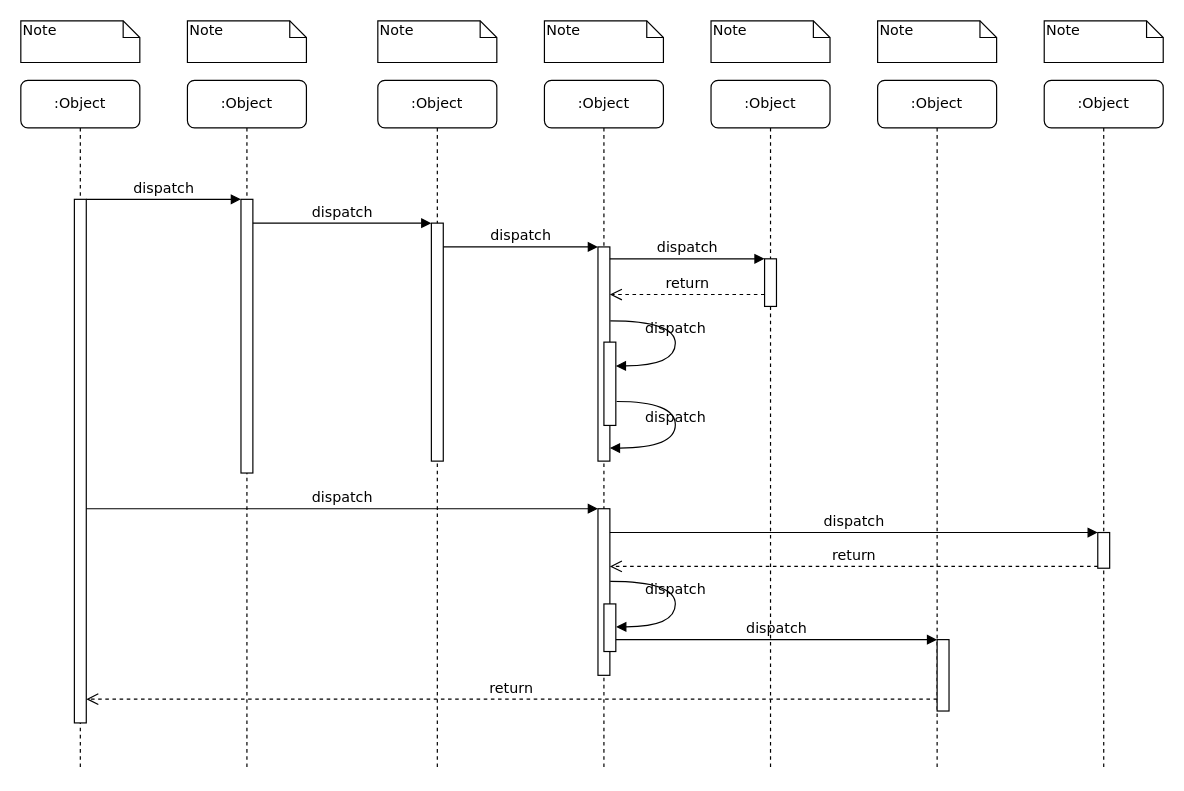
Above: UML/minju_sequence.drawio in boming09/FinalProject (draw.io), before the change. Source tidied: cells renumbered, new cells numbered last; positions are measured from the earlier drawing's top-left corner, leaving out a move shared by most shapes. Both pictures are drawn from the tidied source at 119%, with x=0, y=0 at pixel (20, 20).
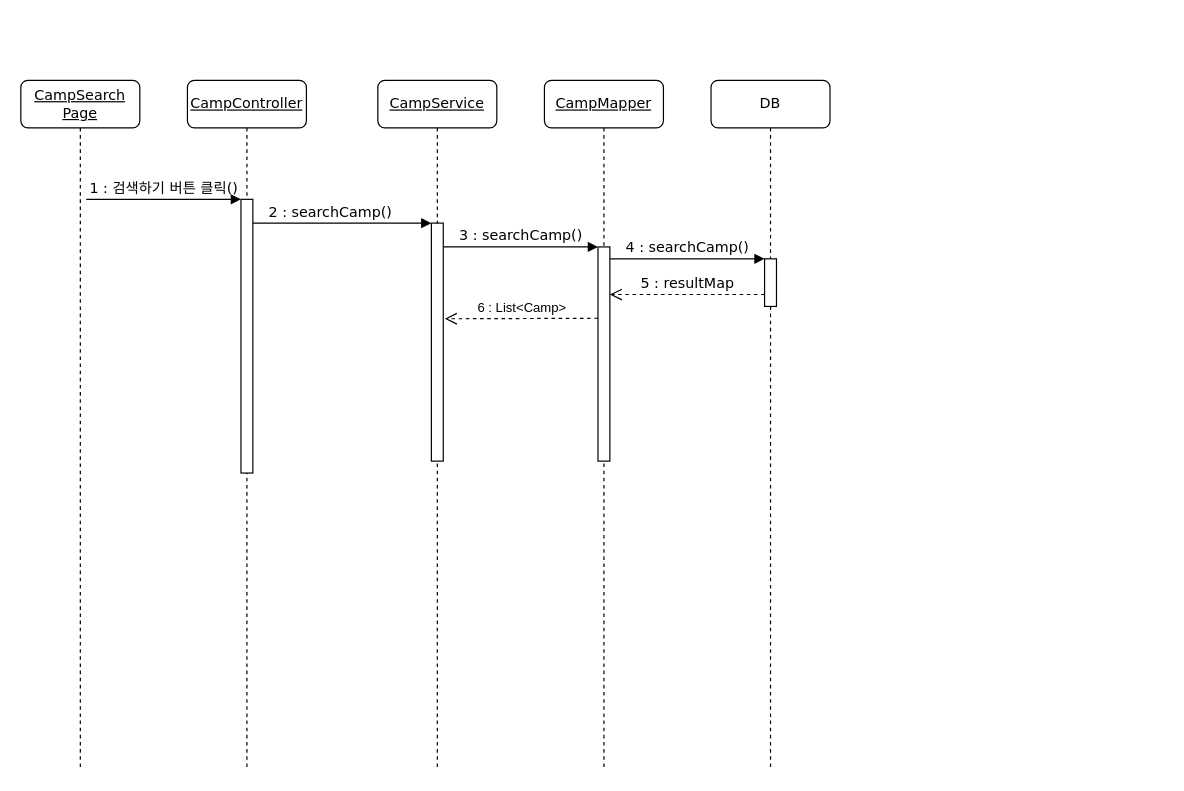
The same page after the edit.

The change refers to these unchanged cells:
```xml
<mxCell id="3" style="html=1;points=[];perimeter=orthogonalPerimeter;rounded=0;shadow=0;comic=0;labelBackgroundColor=none;strokeWidth=1;fontFamily=Verdana;fontSize=12;align=center;" parent="2" vertex="1">
  <mxGeometry x="45" y="100" width="10" height="230" as="geometry" />
</mxCell>
<mxCell id="5" style="html=1;points=[];perimeter=orthogonalPerimeter;rounded=0;shadow=0;comic=0;labelBackgroundColor=none;strokeWidth=1;fontFamily=Verdana;fontSize=12;align=center;" parent="4" vertex="1">
  <mxGeometry x="45" y="120" width="10" height="200" as="geometry" />
</mxCell>
<mxCell id="12" style="html=1;points=[];perimeter=orthogonalPerimeter;rounded=0;shadow=0;comic=0;labelBackgroundColor=none;strokeWidth=1;fontFamily=Verdana;fontSize=12;align=center;" parent="1" vertex="1">
  <mxGeometry x="485" y="190" width="10" height="180" as="geometry" />
</mxCell>
<mxCell id="14" style="html=1;points=[];perimeter=orthogonalPerimeter;rounded=0;shadow=0;comic=0;labelBackgroundColor=none;strokeWidth=1;fontFamily=Verdana;fontSize=12;align=center;" parent="1" vertex="1">
  <mxGeometry x="625" y="200" width="10" height="40" as="geometry" />
</mxCell>
```

Diff of the diagram source:
```diff
@@
-    <mxCell id="2" value=":Object" style="shape=umlLifeline;perimeter=lifelinePerimeter;whiteSpace=wrap;html=1;rounded=1;shadow=0;comic=0;labelBackgroundColor=none;strokeWidth=1;fontFamily=Verdana;fontSize=12;align=center;" parent="1" vertex="1">
+    <mxCell id="2" value="&lt;u&gt;CampController&lt;/u&gt;" style="shape=umlLifeline;perimeter=lifelinePerimeter;whiteSpace=wrap;html=1;rounded=1;shadow=0;comic=0;labelBackgroundColor=none;strokeWidth=1;fontFamily=Verdana;fontSize=12;align=center;" parent="1" vertex="1">
       <mxGeometry x="140" y="50" width="100" height="580" as="geometry" />
     </mxCell>
@@
-    <mxCell id="4" value=":Object" style="shape=umlLifeline;perimeter=lifelinePerimeter;whiteSpace=wrap;html=1;rounded=1;shadow=0;comic=0;labelBackgroundColor=none;strokeWidth=1;fontFamily=Verdana;fontSize=12;align=center;" parent="1" vertex="1">
+    <mxCell id="4" value="&lt;u&gt;CampService&lt;/u&gt;" style="shape=umlLifeline;perimeter=lifelinePerimeter;whiteSpace=wrap;html=1;rounded=1;shadow=0;comic=0;labelBackgroundColor=none;strokeWidth=1;fontFamily=Verdana;fontSize=12;align=center;" parent="1" vertex="1">
       <mxGeometry x="300" y="50" width="100" height="580" as="geometry" />
     </mxCell>
@@
-    <mxCell id="6" value=":Object" style="shape=umlLifeline;perimeter=lifelinePerimeter;whiteSpace=wrap;html=1;rounded=1;shadow=0;comic=0;labelBackgroundColor=none;strokeWidth=1;fontFamily=Verdana;fontSize=12;align=center;" parent="1" vertex="1">
+    <mxCell id="6" value="&lt;u&gt;CampMapper&lt;/u&gt;" style="shape=umlLifeline;perimeter=lifelinePerimeter;whiteSpace=wrap;html=1;rounded=1;shadow=0;comic=0;labelBackgroundColor=none;strokeWidth=1;fontFamily=Verdana;fontSize=12;align=center;" parent="1" vertex="1">
       <mxGeometry x="440" y="50" width="100" height="580" as="geometry" />
     </mxCell>
-    <mxCell id="7" value=":Object" style="shape=umlLifeline;perimeter=lifelinePerimeter;whiteSpace=wrap;html=1;rounded=1;shadow=0;comic=0;labelBackgroundColor=none;strokeWidth=1;fontFamily=Verdana;fontSize=12;align=center;" parent="1" vertex="1">
+    <mxCell id="7" value="DB" style="shape=umlLifeline;perimeter=lifelinePerimeter;whiteSpace=wrap;html=1;rounded=1;shadow=0;comic=0;labelBackgroundColor=none;strokeWidth=1;fontFamily=Verdana;fontSize=12;align=center;" parent="1" vertex="1">
       <mxGeometry x="580" y="50" width="100" height="580" as="geometry" />
     </mxCell>
-    <mxCell id="8" value=":Object" style="shape=umlLifeline;perimeter=lifelinePerimeter;whiteSpace=wrap;html=1;rounded=1;shadow=0;comic=0;labelBackgroundColor=none;strokeWidth=1;fontFamily=Verdana;fontSize=12;align=center;" parent="1" vertex="1">
-      <mxGeometry x="720" y="50" width="100" height="580" as="geometry" />
-    </mxCell>
-    <mxCell id="9" value=":Object" style="shape=umlLifeline;perimeter=lifelinePerimeter;whiteSpace=wrap;html=1;rounded=1;shadow=0;comic=0;labelBackgroundColor=none;strokeWidth=1;fontFamily=Verdana;fontSize=12;align=center;" parent="1" vertex="1">
-      <mxGeometry x="860" y="50" width="100" height="580" as="geometry" />
-    </mxCell>
-    <mxCell id="10" value=":Object" style="shape=umlLifeline;perimeter=lifelinePerimeter;whiteSpace=wrap;html=1;rounded=1;shadow=0;comic=0;labelBackgroundColor=none;strokeWidth=1;fontFamily=Verdana;fontSize=12;align=center;" parent="1" vertex="1">
+    <mxCell id="10" value="&lt;u&gt;CampSearch&lt;br&gt;Page&lt;/u&gt;" style="shape=umlLifeline;perimeter=lifelinePerimeter;whiteSpace=wrap;html=1;rounded=1;shadow=0;comic=0;labelBackgroundColor=none;strokeWidth=1;fontFamily=Verdana;fontSize=12;align=center;" parent="1" vertex="1">
       <mxGeometry y="50" width="100" height="580" as="geometry" />
     </mxCell>
-    <mxCell id="11" style="html=1;points=[];perimeter=orthogonalPerimeter;rounded=0;shadow=0;comic=0;labelBackgroundColor=none;strokeWidth=1;fontFamily=Verdana;fontSize=12;align=center;" parent="10" vertex="1">
-      <mxGeometry x="45" y="100" width="10" height="440" as="geometry" />
-    </mxCell>
@@
-    <mxCell id="13" value="dispatch" style="html=1;verticalAlign=bottom;endArrow=block;labelBackgroundColor=none;fontFamily=Verdana;fontSize=12;edgeStyle=elbowEdgeStyle;elbow=vertical;" parent="1" edge="1" source="5" target="12">
+    <mxCell id="13" value="3 : searchCamp()" style="html=1;verticalAlign=bottom;endArrow=block;labelBackgroundColor=none;fontFamily=Verdana;fontSize=12;edgeStyle=elbowEdgeStyle;elbow=vertical;" parent="1" edge="1" source="5" target="12">
       <mxGeometry relative="1" as="geometry">
         <Array as="points">
           <mxPoint x="360" y="190" />
         </Array>
       </mxGeometry>
     </mxCell>
@@
-    <mxCell id="15" value="dispatch" style="html=1;verticalAlign=bottom;endArrow=block;entryX=0;entryY=0;labelBackgroundColor=none;fontFamily=Verdana;fontSize=12;edgeStyle=elbowEdgeStyle;elbow=vertical;" parent="1" edge="1" source="12" target="14">
+    <mxCell id="15" value="4 : searchCamp()" style="html=1;verticalAlign=bottom;endArrow=block;entryX=0;entryY=0;labelBackgroundColor=none;fontFamily=Verdana;fontSize=12;edgeStyle=elbowEdgeStyle;elbow=vertical;" parent="1" edge="1" source="12" target="14">
       <mxGeometry relative="1" as="geometry" />
     </mxCell>
-    <mxCell id="16" value="return" style="html=1;verticalAlign=bottom;endArrow=open;dashed=1;endSize=8;labelBackgroundColor=none;fontFamily=Verdana;fontSize=12;edgeStyle=elbowEdgeStyle;elbow=vertical;" parent="1" edge="1" source="14" target="12">
+    <mxCell id="16" value="5 : resultMap" style="html=1;verticalAlign=bottom;endArrow=open;dashed=1;endSize=8;labelBackgroundColor=none;fontFamily=Verdana;fontSize=12;edgeStyle=elbowEdgeStyle;elbow=vertical;" parent="1" edge="1" source="14" target="12">
       <mxGeometry relative="1" as="geometry">
         <Array as="points">
           <mxPoint x="570" y="230" />
           <mxPoint x="600" y="230" />
         </Array>
       </mxGeometry>
     </mxCell>
-    <mxCell id="17" style="html=1;points=[];perimeter=orthogonalPerimeter;rounded=0;shadow=0;comic=0;labelBackgroundColor=none;strokeWidth=1;fontFamily=Verdana;fontSize=12;align=center;" parent="1" vertex="1">
-      <mxGeometry x="485" y="410" width="10" height="140" as="geometry" />
-    </mxCell>
-    <mxCell id="18" value="dispatch" style="html=1;verticalAlign=bottom;endArrow=block;entryX=0;entryY=0;labelBackgroundColor=none;fontFamily=Verdana;fontSize=12;" parent="1" edge="1" source="11" target="17">
-      <mxGeometry relative="1" as="geometry" />
-    </mxCell>
-    <mxCell id="19" style="html=1;points=[];perimeter=orthogonalPerimeter;rounded=0;shadow=0;comic=0;labelBackgroundColor=none;strokeColor=#000000;strokeWidth=1;fillColor=#FFFFFF;fontFamily=Verdana;fontSize=12;fontColor=#000000;align=center;" parent="1" vertex="1">
-      <mxGeometry x="905" y="430" width="10" height="30" as="geometry" />
-    </mxCell>
-    <mxCell id="20" value="dispatch" style="html=1;verticalAlign=bottom;endArrow=block;entryX=0;entryY=0;labelBackgroundColor=none;fontFamily=Verdana;fontSize=12;" parent="1" edge="1" source="17" target="19">
-      <mxGeometry relative="1" as="geometry" />
-    </mxCell>
-    <mxCell id="21" value="return" style="html=1;verticalAlign=bottom;endArrow=open;dashed=1;endSize=8;exitX=0;exitY=0.95;labelBackgroundColor=none;fontFamily=Verdana;fontSize=12;" parent="1" edge="1" source="19" target="17">
-      <mxGeometry relative="1" as="geometry" />
-    </mxCell>
-    <mxCell id="22" style="html=1;points=[];perimeter=orthogonalPerimeter;rounded=0;shadow=0;comic=0;labelBackgroundColor=none;strokeWidth=1;fontFamily=Verdana;fontSize=12;align=center;" parent="1" vertex="1">
-      <mxGeometry x="770" y="520" width="10" height="60" as="geometry" />
-    </mxCell>
-    <mxCell id="23" value="dispatch" style="html=1;verticalAlign=bottom;endArrow=block;entryX=0;entryY=0;labelBackgroundColor=none;fontFamily=Verdana;fontSize=12;edgeStyle=elbowEdgeStyle;elbow=vertical;" parent="1" edge="1" source="30" target="22">
-      <mxGeometry relative="1" as="geometry" />
-    </mxCell>
-    <mxCell id="24" value="return" style="html=1;verticalAlign=bottom;endArrow=open;dashed=1;endSize=8;labelBackgroundColor=none;fontFamily=Verdana;fontSize=12;edgeStyle=elbowEdgeStyle;elbow=vertical;" parent="1" edge="1" source="22" target="11">
-      <mxGeometry relative="1" as="geometry">
-        <Array as="points">
-          <mxPoint x="470" y="570" />
-        </Array>
-      </mxGeometry>
-    </mxCell>
-    <mxCell id="25" value="dispatch" style="html=1;verticalAlign=bottom;endArrow=block;entryX=0;entryY=0;labelBackgroundColor=none;fontFamily=Verdana;fontSize=12;edgeStyle=elbowEdgeStyle;elbow=vertical;" parent="1" edge="1" source="11" target="3">
-      <mxGeometry relative="1" as="geometry" />
+    <mxCell id="25" value="1 : 검색하기 버튼 클릭()" style="html=1;verticalAlign=bottom;endArrow=block;entryX=0;entryY=0;labelBackgroundColor=none;fontFamily=Verdana;fontSize=12;edgeStyle=elbowEdgeStyle;elbow=vertical;" parent="1" edge="1" target="3">
+      <mxGeometry relative="1" as="geometry">
+        <mxPoint x="55" y="150" as="sourcePoint" />
+      </mxGeometry>
     </mxCell>
-    <mxCell id="26" value="dispatch" style="html=1;verticalAlign=bottom;endArrow=block;entryX=0;entryY=0;labelBackgroundColor=none;fontFamily=Verdana;fontSize=12;edgeStyle=elbowEdgeStyle;elbow=vertical;" parent="1" edge="1" source="3" target="5">
-      <mxGeometry relative="1" as="geometry" />
+    <mxCell id="26" value="2 : searchCamp()" style="html=1;verticalAlign=bottom;endArrow=block;entryX=0;entryY=0;labelBackgroundColor=none;fontFamily=Verdana;fontSize=12;edgeStyle=elbowEdgeStyle;elbow=vertical;" parent="1" edge="1" source="3" target="5">
+      <mxGeometry x="-0.13" relative="1" as="geometry" />
     </mxCell>
-    <mxCell id="27" style="html=1;points=[];perimeter=orthogonalPerimeter;rounded=0;shadow=0;comic=0;labelBackgroundColor=none;strokeWidth=1;fontFamily=Verdana;fontSize=12;align=center;" parent="1" vertex="1">
-      <mxGeometry x="490" y="270" width="10" height="70" as="geometry" />
-    </mxCell>
-    <mxCell id="28" value="dispatch" style="html=1;verticalAlign=bottom;endArrow=block;labelBackgroundColor=none;fontFamily=Verdana;fontSize=12;elbow=vertical;edgeStyle=orthogonalEdgeStyle;curved=1;entryX=1;entryY=0.286;entryPerimeter=0;exitX=1.038;exitY=0.345;exitPerimeter=0;" parent="1" edge="1" source="12" target="27">
-      <mxGeometry relative="1" as="geometry">
-        <Array as="points">
-          <mxPoint x="550" y="252" />
-          <mxPoint x="550" y="290" />
-        </Array>
-      </mxGeometry>
-    </mxCell>
-    <mxCell id="29" value="dispatch" style="html=1;verticalAlign=bottom;endArrow=block;labelBackgroundColor=none;fontFamily=Verdana;fontSize=12;elbow=vertical;edgeStyle=orthogonalEdgeStyle;curved=1;exitX=1.066;exitY=0.713;exitPerimeter=0;" parent="1" edge="1" source="27">
-      <mxGeometry relative="1" as="geometry">
-        <mxPoint x="495" y="359" as="targetPoint" />
-        <Array as="points">
-          <mxPoint x="550" y="320" />
-          <mxPoint x="550" y="359" />
-        </Array>
-      </mxGeometry>
-    </mxCell>
-    <mxCell id="30" style="html=1;points=[];perimeter=orthogonalPerimeter;rounded=0;shadow=0;comic=0;labelBackgroundColor=none;strokeWidth=1;fontFamily=Verdana;fontSize=12;align=center;" parent="1" vertex="1">
-      <mxGeometry x="490" y="490" width="10" height="40" as="geometry" />
-    </mxCell>
-    <mxCell id="31" value="dispatch" style="html=1;verticalAlign=bottom;endArrow=block;labelBackgroundColor=none;fontFamily=Verdana;fontSize=12;elbow=vertical;edgeStyle=orthogonalEdgeStyle;curved=1;entryX=1;entryY=0.286;entryPerimeter=0;exitX=1.038;exitY=0.345;exitPerimeter=0;" parent="1" edge="1">
-      <mxGeometry relative="1" as="geometry">
-        <mxPoint x="495.3" y="471" as="sourcePoint" />
-        <mxPoint x="500.3" y="509.3" as="targetPoint" />
-        <Array as="points">
-          <mxPoint x="550" y="471" />
-          <mxPoint x="550" y="509" />
-        </Array>
-      </mxGeometry>
-    </mxCell>
-    <mxCell id="32" value="Note" style="shape=note;whiteSpace=wrap;html=1;size=14;verticalAlign=top;align=left;spacingTop=-6;rounded=0;shadow=0;comic=0;labelBackgroundColor=none;strokeWidth=1;fontFamily=Verdana;fontSize=12;" parent="1" vertex="1">
-      <mxGeometry width="100" height="35" as="geometry" />
-    </mxCell>
-    <mxCell id="33" value="Note" style="shape=note;whiteSpace=wrap;html=1;size=14;verticalAlign=top;align=left;spacingTop=-6;rounded=0;shadow=0;comic=0;labelBackgroundColor=none;strokeWidth=1;fontFamily=Verdana;fontSize=12;" parent="1" vertex="1">
-      <mxGeometry x="140" width="100" height="35" as="geometry" />
-    </mxCell>
-    <mxCell id="34" value="Note" style="shape=note;whiteSpace=wrap;html=1;size=14;verticalAlign=top;align=left;spacingTop=-6;rounded=0;shadow=0;comic=0;labelBackgroundColor=none;strokeWidth=1;fontFamily=Verdana;fontSize=12;" parent="1" vertex="1">
-      <mxGeometry x="300" width="100" height="35" as="geometry" />
-    </mxCell>
-    <mxCell id="35" value="Note" style="shape=note;whiteSpace=wrap;html=1;size=14;verticalAlign=top;align=left;spacingTop=-6;rounded=0;shadow=0;comic=0;labelBackgroundColor=none;strokeWidth=1;fontFamily=Verdana;fontSize=12;" parent="1" vertex="1">
-      <mxGeometry x="440" width="100" height="35" as="geometry" />
-    </mxCell>
-    <mxCell id="36" value="Note" style="shape=note;whiteSpace=wrap;html=1;size=14;verticalAlign=top;align=left;spacingTop=-6;rounded=0;shadow=0;comic=0;labelBackgroundColor=none;strokeWidth=1;fontFamily=Verdana;fontSize=12;" parent="1" vertex="1">
-      <mxGeometry x="580" width="100" height="35" as="geometry" />
-    </mxCell>
-    <mxCell id="37" value="Note" style="shape=note;whiteSpace=wrap;html=1;size=14;verticalAlign=top;align=left;spacingTop=-6;rounded=0;shadow=0;comic=0;labelBackgroundColor=none;strokeWidth=1;fontFamily=Verdana;fontSize=12;" parent="1" vertex="1">
-      <mxGeometry x="720" width="100" height="35" as="geometry" />
-    </mxCell>
-    <mxCell id="38" value="Note" style="shape=note;whiteSpace=wrap;html=1;size=14;verticalAlign=top;align=left;spacingTop=-6;rounded=0;shadow=0;comic=0;labelBackgroundColor=none;strokeWidth=1;fontFamily=Verdana;fontSize=12;" parent="1" vertex="1">
-      <mxGeometry x="860" width="100" height="35" as="geometry" />
-    </mxCell>
+    <mxCell id="39" value="6 : List&amp;lt;Camp&amp;gt;" style="html=1;verticalAlign=bottom;endArrow=open;dashed=1;endSize=8;rounded=0;exitX=-0.01;exitY=0.333;exitDx=0;exitDy=0;exitPerimeter=0;entryX=1.133;entryY=0.402;entryDx=0;entryDy=0;entryPerimeter=0;" parent="1" edge="1" source="12" target="5">
+      <mxGeometry relative="1" as="geometry" />
+    </mxCell>
```
